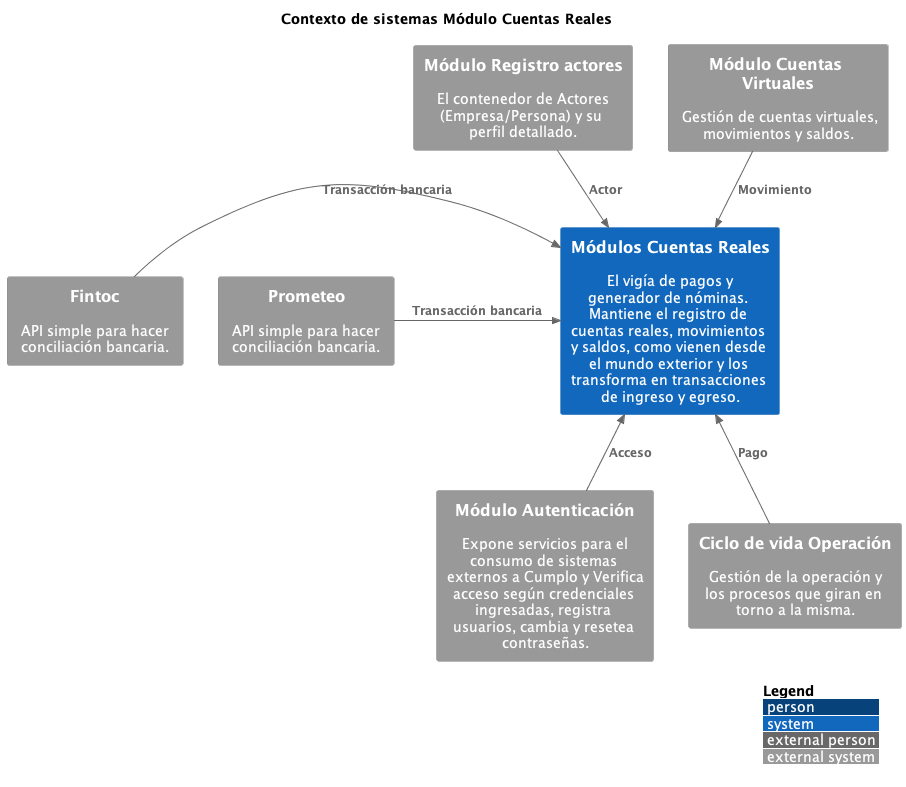
Before: CuentasReales/ContextoCuentasReales.png, a diagram exported from PlantUML (kpeet/koyweC4). The source it was exported from:
```plantuml
@startuml ContextoCuentasReales
!include https://raw.githubusercontent.com/plantuml-stdlib/C4-PlantUML/master/C4_Context.puml
!include ../C4_Context.puml
!include ../textos/modulos.puml
!include ../textos/modelos.puml
!include ../textos/sistemas_externos_cumplo.puml

LAYOUT_WITH_LEGEND()

title Contexto de sistemas Módulo Cuentas Reales

System(modulo_cuentas_reales, $TITULO_CUENTAS_REALES, $DESCRIPCION_CUENTAS_REALES)
System_Ext(modulo_autenticacion, $TITULO_AUTENTICACION , $DESCRIPCION_AUTENTICACION)
System_Ext(modulo_registro_actores,$TITULO_REGISTRO_ACTORES ,$DESCRIPCION_REGISTRO_ACTORES )
System_Ext(modulo_cuentas_virtuales, $TITULO_CUENTAS_VIRTUALES ,$DESCRIPCION_CUENTAS_VIRTUALES )
System_Ext(modulo_operaciones,$TITULO_CICLO_VIDA_OPERACION ,$DESCRIPCION_CICLO_VIDA_OPERACION)

System_Ext(fintoc, $S_EXT_TITULO_FINTOC, $S_EXT_DESCRIPCION_FINTOC)
System_Ext(prometeo,$S_EXT_TITULO_PROMETEO , $S_EXT_DESCRIPCION_PROMETEO)


Rel(modulo_registro_actores, modulo_cuentas_reales, $MODELO_ACTOR)
Rel(modulo_cuentas_virtuales, modulo_cuentas_reales, $MODELO_MOVIMIENTO)
Rel_U(modulo_operaciones, modulo_cuentas_reales, $MODELO_PAGO)
Rel_U(modulo_autenticacion, modulo_cuentas_reales, $MODELO_ACCESO)

Rel_R( fintoc, modulo_cuentas_reales, $MODELO_TRANSACCION)
Rel_R( prometeo, modulo_cuentas_reales, $MODELO_TRANSACCION)



@enduml
```
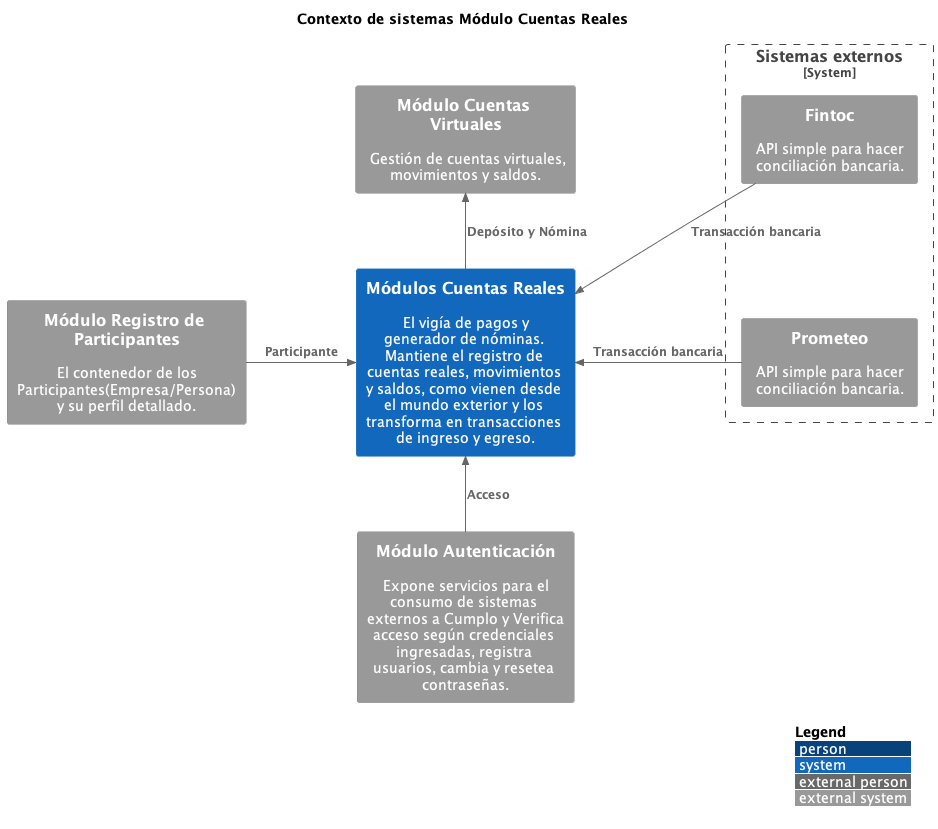
After the change.

Commit message:
ajustes a cuentas reales y ciclo de vida de la operación

Diff of the diagram source:
```diff
@@ -13,20 +13,23 @@
 System_Ext(modulo_autenticacion, $TITULO_AUTENTICACION , $DESCRIPCION_AUTENTICACION)
 System_Ext(modulo_registro_actores,$TITULO_REGISTRO_ACTORES ,$DESCRIPCION_REGISTRO_ACTORES )
 System_Ext(modulo_cuentas_virtuales, $TITULO_CUENTAS_VIRTUALES ,$DESCRIPCION_CUENTAS_VIRTUALES )
-System_Ext(modulo_operaciones,$TITULO_CICLO_VIDA_OPERACION ,$DESCRIPCION_CICLO_VIDA_OPERACION)
 
-System_Ext(fintoc, $S_EXT_TITULO_FINTOC, $S_EXT_DESCRIPCION_FINTOC)
-System_Ext(prometeo,$S_EXT_TITULO_PROMETEO , $S_EXT_DESCRIPCION_PROMETEO)
+System_Boundary(sistemas_externos, "Sistemas externos"){
+    System_Ext(fintoc, $S_EXT_TITULO_FINTOC, $S_EXT_DESCRIPCION_FINTOC)
+    System_Ext(prometeo,$S_EXT_TITULO_PROMETEO , $S_EXT_DESCRIPCION_PROMETEO)
+}
 
 
-Rel(modulo_registro_actores, modulo_cuentas_reales, $MODELO_ACTOR)
-Rel(modulo_cuentas_virtuales, modulo_cuentas_reales, $MODELO_MOVIMIENTO)
-Rel_U(modulo_operaciones, modulo_cuentas_reales, $MODELO_PAGO)
+
+Rel_R(modulo_registro_actores, modulo_cuentas_reales, $MODELO_ACTOR)
+Rel_U( modulo_cuentas_reales,modulo_cuentas_virtuales, "$MODELO_DEPOSITO y $MODELO_NOMINA")
 Rel_U(modulo_autenticacion, modulo_cuentas_reales, $MODELO_ACCESO)
 
 Rel_R( fintoc, modulo_cuentas_reales, $MODELO_TRANSACCION)
 Rel_R( prometeo, modulo_cuentas_reales, $MODELO_TRANSACCION)
 
 
+Lay_D(fintoc, prometeo)
+
 
 @enduml
```
